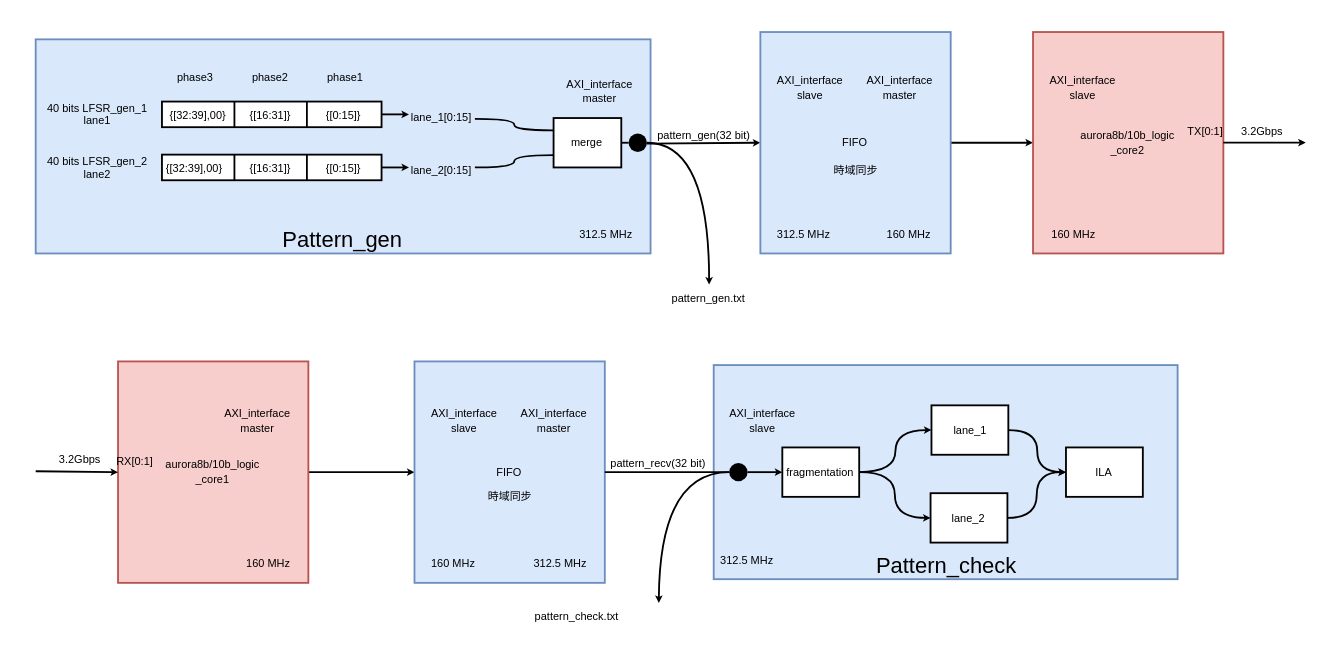
Before: page "Brd2 pattern_gen" (2 of 3) of chorma/aurora8b10b/aurora8b10b_simulation.drawio in YZchen3467/drawio, a draw.io diagram. Source tidied: cells renumbered, new cells numbered last; positions are measured from the earlier drawing's top-left corner, leaving out a move shared by most shapes. Both pictures are drawn from the tidied source at 183%, with x=0, y=0 at pixel (35, 31).
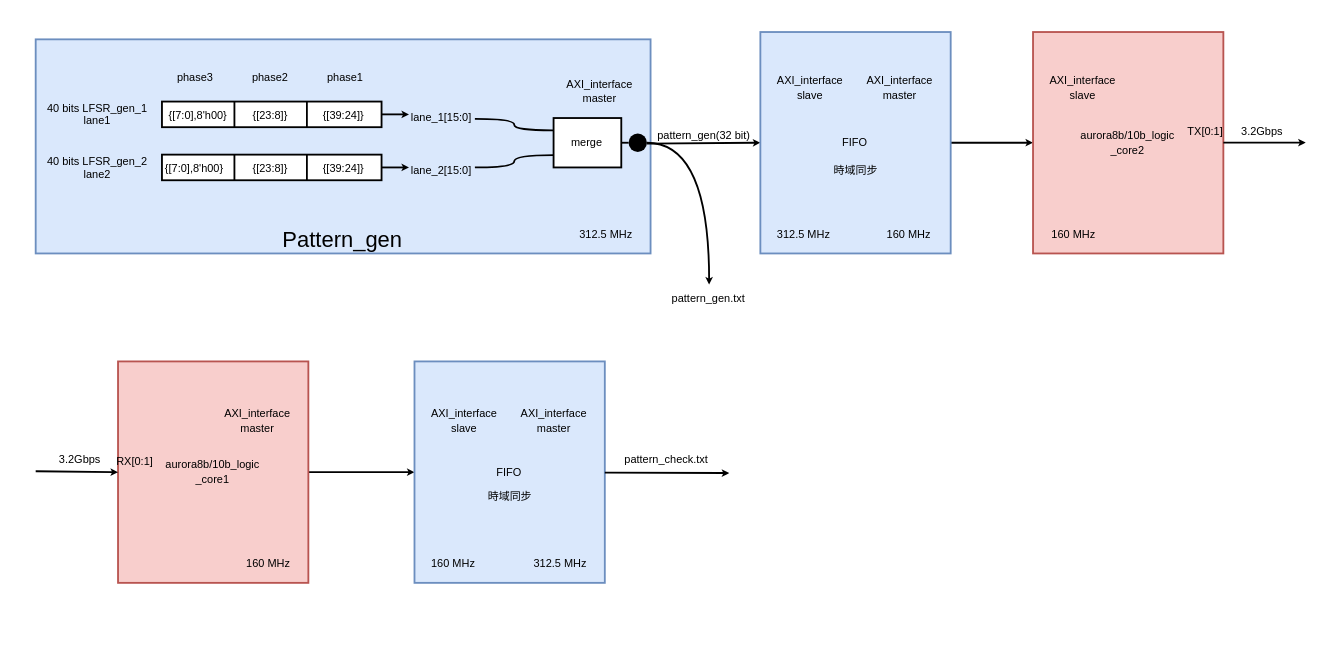
The same page after the edit.

The change refers to these unchanged cells:
```xml
<mxCell id="9" style="group;" parent="1" vertex="1">
  <mxGeometry x="69" y="38" width="120" height="14" as="geometry" />
</mxCell>
<mxCell id="16" style="group;" parent="1" vertex="1">
  <mxGeometry x="69" y="67" width="120" height="14" as="geometry" />
</mxCell>
<mxCell id="45" value="FIFO" style="rounded=0;whiteSpace=wrap;html=1;glass=0;fontSize=6;fillColor=#dae8fc;strokeColor=#6c8ebf;" parent="1" vertex="1">
  <mxGeometry x="207" y="180" width="104" height="121" as="geometry" />
</mxCell>
```

Diff of the diagram source:
```diff
@@
-    <mxCell id="4" value="&lt;font style=&quot;font-size: 6px;&quot;&gt;lane_2[0:15]&lt;/font&gt;" style="text;strokeColor=none;fillColor=none;align=center;verticalAlign=middle;rounded=0;whiteSpace=wrap;html=1;flipV=1;flipH=0;" parent="1" vertex="1">
+    <mxCell id="4" value="&lt;font style=&quot;font-size: 6px;&quot;&gt;lane_2[15:0]&lt;/font&gt;" style="text;strokeColor=none;fillColor=none;align=center;verticalAlign=middle;rounded=0;whiteSpace=wrap;html=1;flipV=1;flipH=0;" parent="1" vertex="1">
       <mxGeometry x="204" y="69" width="36" height="10" as="geometry" />
     </mxCell>
@@
-    <mxCell id="6" value="&lt;font style=&quot;font-size: 6px;&quot;&gt;lane_1[0:15]&lt;/font&gt;" style="text;strokeColor=none;fillColor=none;align=center;verticalAlign=middle;rounded=0;whiteSpace=wrap;html=1;flipV=1;flipH=0;" parent="1" vertex="1">
+    <mxCell id="6" value="&lt;font style=&quot;font-size: 6px;&quot;&gt;lane_1[15:0]&lt;/font&gt;" style="text;strokeColor=none;fillColor=none;align=center;verticalAlign=middle;rounded=0;whiteSpace=wrap;html=1;flipV=1;flipH=0;" parent="1" vertex="1">
       <mxGeometry x="204" y="40" width="36" height="10" as="geometry" />
     </mxCell>
@@
-    <mxCell id="13" value="&lt;p style=&quot;line-height: 70%;&quot;&gt;&lt;font style=&quot;font-size: 6px;&quot;&gt;{[16:31]}&lt;/font&gt;&lt;/p&gt;" style="text;strokeColor=none;fillColor=none;align=center;verticalAlign=middle;rounded=0;whiteSpace=wrap;html=1;flipV=0;flipH=0;imageAspect=1;imageAlign=left;imageVerticalAlign=middle;glass=0;" parent="9" vertex="1">
+    <mxCell id="13" value="&lt;p style=&quot;line-height: 70%;&quot;&gt;&lt;font style=&quot;font-size: 6px;&quot;&gt;{[23:8]}&lt;/font&gt;&lt;/p&gt;" style="text;strokeColor=none;fillColor=none;align=center;verticalAlign=middle;rounded=0;whiteSpace=wrap;html=1;flipV=0;flipH=0;imageAspect=1;imageAlign=left;imageVerticalAlign=middle;glass=0;" parent="9" vertex="1">
       <mxGeometry x="48" y="3" width="23" height="8" as="geometry" />
     </mxCell>
-    <mxCell id="14" value="&lt;p style=&quot;line-height: 70%;&quot;&gt;&lt;font style=&quot;font-size: 6px;&quot;&gt;{[32:39],00}&lt;/font&gt;&lt;/p&gt;" style="text;strokeColor=none;fillColor=none;align=center;verticalAlign=middle;rounded=0;whiteSpace=wrap;html=1;flipV=0;flipH=0;imageAspect=1;imageAlign=left;imageVerticalAlign=middle;glass=0;" parent="9" vertex="1">
+    <mxCell id="14" value="&lt;p style=&quot;line-height: 70%;&quot;&gt;&lt;font style=&quot;font-size: 6px;&quot;&gt;{[7:0],8'h00}&lt;/font&gt;&lt;/p&gt;" style="text;strokeColor=none;fillColor=none;align=center;verticalAlign=middle;rounded=0;whiteSpace=wrap;html=1;flipV=0;flipH=0;imageAspect=1;imageAlign=left;imageVerticalAlign=middle;glass=0;" parent="9" vertex="1">
       <mxGeometry x="2" y="3" width="36" height="8" as="geometry" />
     </mxCell>
-    <mxCell id="15" value="&lt;p style=&quot;line-height: 70%;&quot;&gt;&lt;font style=&quot;font-size: 6px;&quot;&gt;{[0:15]}&lt;/font&gt;&lt;/p&gt;" style="text;strokeColor=none;fillColor=none;align=center;verticalAlign=middle;rounded=0;whiteSpace=wrap;html=1;flipV=0;flipH=0;imageAspect=1;imageAlign=left;imageVerticalAlign=middle;glass=0;" parent="9" vertex="1">
+    <mxCell id="15" value="&lt;p style=&quot;line-height: 70%;&quot;&gt;&lt;font style=&quot;font-size: 6px;&quot;&gt;{[39:24]}&lt;/font&gt;&lt;/p&gt;" style="text;strokeColor=none;fillColor=none;align=center;verticalAlign=middle;rounded=0;whiteSpace=wrap;html=1;flipV=0;flipH=0;imageAspect=1;imageAlign=left;imageVerticalAlign=middle;glass=0;" parent="9" vertex="1">
       <mxGeometry x="88" y="3" width="23" height="8" as="geometry" />
     </mxCell>
@@
-    <mxCell id="20" value="&lt;p style=&quot;line-height: 70%;&quot;&gt;&lt;font style=&quot;font-size: 6px;&quot;&gt;{[16:31]}&lt;/font&gt;&lt;/p&gt;" style="text;strokeColor=none;fillColor=none;align=center;verticalAlign=middle;rounded=0;whiteSpace=wrap;html=1;flipV=0;flipH=0;imageAspect=1;imageAlign=left;imageVerticalAlign=middle;glass=0;" parent="16" vertex="1">
+    <mxCell id="20" value="&lt;p style=&quot;line-height: 70%;&quot;&gt;&lt;font style=&quot;font-size: 6px;&quot;&gt;{[23:8]}&lt;/font&gt;&lt;/p&gt;" style="text;strokeColor=none;fillColor=none;align=center;verticalAlign=middle;rounded=0;whiteSpace=wrap;html=1;flipV=0;flipH=0;imageAspect=1;imageAlign=left;imageVerticalAlign=middle;glass=0;" parent="16" vertex="1">
       <mxGeometry x="48" y="3" width="23" height="8" as="geometry" />
     </mxCell>
-    <mxCell id="21" value="&lt;p style=&quot;line-height: 70%;&quot;&gt;&lt;font style=&quot;font-size: 6px;&quot;&gt;{[32:39],00}&lt;/font&gt;&lt;/p&gt;" style="text;strokeColor=none;fillColor=none;align=center;verticalAlign=middle;rounded=0;whiteSpace=wrap;html=1;flipV=0;flipH=0;imageAspect=1;imageAlign=left;imageVerticalAlign=middle;glass=0;" parent="16" vertex="1">
+    <mxCell id="21" value="&lt;p style=&quot;line-height: 70%;&quot;&gt;&lt;font style=&quot;font-size: 6px;&quot;&gt;{[7:0],8'h00}&lt;/font&gt;&lt;/p&gt;" style="text;strokeColor=none;fillColor=none;align=center;verticalAlign=middle;rounded=0;whiteSpace=wrap;html=1;flipV=0;flipH=0;imageAspect=1;imageAlign=left;imageVerticalAlign=middle;glass=0;" parent="16" vertex="1">
       <mxGeometry y="3" width="36" height="8" as="geometry" />
     </mxCell>
-    <mxCell id="22" value="&lt;p style=&quot;line-height: 70%;&quot;&gt;&lt;font style=&quot;font-size: 6px;&quot;&gt;{[0:15]}&lt;/font&gt;&lt;/p&gt;" style="text;strokeColor=none;fillColor=none;align=center;verticalAlign=middle;rounded=0;whiteSpace=wrap;html=1;flipV=0;flipH=0;imageAspect=1;imageAlign=left;imageVerticalAlign=middle;glass=0;" parent="16" vertex="1">
+    <mxCell id="22" value="&lt;p style=&quot;line-height: 70%;&quot;&gt;&lt;font style=&quot;font-size: 6px;&quot;&gt;{[39:24]}&lt;/font&gt;&lt;/p&gt;" style="text;strokeColor=none;fillColor=none;align=center;verticalAlign=middle;rounded=0;whiteSpace=wrap;html=1;flipV=0;flipH=0;imageAspect=1;imageAlign=left;imageVerticalAlign=middle;glass=0;" parent="16" vertex="1">
       <mxGeometry x="88" y="3" width="23" height="8" as="geometry" />
     </mxCell>
@@
-    <mxCell id="41" value="&lt;p style=&quot;line-height: 0%;&quot;&gt;Pattern_check&lt;/p&gt;" style="rounded=0;whiteSpace=wrap;html=1;spacingTop=100;fillColor=#dae8fc;strokeColor=#6c8ebf;" parent="1" vertex="1">
-      <mxGeometry x="370.5" y="182" width="253.5" height="117" as="geometry" />
-    </mxCell>
@@
-    <mxCell id="44" style="edgeStyle=none;html=1;entryX=0;entryY=0.5;entryDx=0;entryDy=0;fontSize=6;startArrow=none;startFill=0;endArrow=classic;endFill=1;endSize=1;" parent="1" edge="1" source="64" target="57">
-      <mxGeometry relative="1" as="geometry" />
-    </mxCell>
@@
-    <mxCell id="53" value="&lt;span style=&quot;font-size: 6px;&quot;&gt;pattern_recv(32 bit)&lt;/span&gt;" style="text;strokeColor=none;fillColor=none;align=center;verticalAlign=middle;rounded=0;whiteSpace=wrap;html=1;flipV=1;flipH=0;" parent="1" vertex="1">
-      <mxGeometry x="311" y="229" width="59" height="10" as="geometry" />
-    </mxCell>
-    <mxCell id="54" value="312.5 MHz" style="text;html=1;strokeColor=none;fillColor=none;align=center;verticalAlign=middle;whiteSpace=wrap;rounded=0;glass=0;fontSize=6;" parent="1" vertex="1">
-      <mxGeometry x="365" y="279" width="48" height="20" as="geometry" />
-    </mxCell>
-    <mxCell id="55" style="edgeStyle=orthogonalEdgeStyle;html=1;entryX=0;entryY=0.5;entryDx=0;entryDy=0;fontSize=6;startArrow=none;startFill=0;endArrow=classic;endFill=1;endSize=1;exitX=1;exitY=0.5;exitDx=0;exitDy=0;curved=1;" parent="1" edge="1" source="57" target="59">
-      <mxGeometry relative="1" as="geometry" />
-    </mxCell>
-    <mxCell id="56" style="edgeStyle=orthogonalEdgeStyle;html=1;entryX=0;entryY=0.5;entryDx=0;entryDy=0;fontSize=6;startArrow=none;startFill=0;endArrow=classic;endFill=1;endSize=1;exitX=1;exitY=0.5;exitDx=0;exitDy=0;curved=1;" parent="1" edge="1" source="57" target="61">
-      <mxGeometry relative="1" as="geometry" />
-    </mxCell>
-    <mxCell id="57" value="fragmentation" style="rounded=0;whiteSpace=wrap;html=1;glass=0;fontSize=6;" parent="1" vertex="1">
-      <mxGeometry x="408" y="227" width="42" height="27" as="geometry" />
-    </mxCell>
-    <mxCell id="58" style="edgeStyle=orthogonalEdgeStyle;html=1;entryX=0;entryY=0.5;entryDx=0;entryDy=0;fontSize=6;startArrow=none;startFill=0;endArrow=classic;endFill=1;endSize=1;curved=1;" parent="1" edge="1" source="59" target="75">
-      <mxGeometry relative="1" as="geometry" />
-    </mxCell>
-    <mxCell id="59" value="lane_1" style="rounded=0;whiteSpace=wrap;html=1;glass=0;fontSize=6;flipH=1;flipV=1;" parent="1" vertex="1">
-      <mxGeometry x="489.5" y="204" width="42" height="27" as="geometry" />
-    </mxCell>
-    <mxCell id="60" style="edgeStyle=orthogonalEdgeStyle;html=1;entryX=0;entryY=0.5;entryDx=0;entryDy=0;fontSize=6;startArrow=none;startFill=0;endArrow=classic;endFill=1;endSize=1;curved=1;" parent="1" edge="1" source="61" target="75">
-      <mxGeometry relative="1" as="geometry" />
-    </mxCell>
-    <mxCell id="61" value="lane_2" style="rounded=0;whiteSpace=wrap;html=1;glass=0;fontSize=6;flipH=1;flipV=1;" parent="1" vertex="1">
-      <mxGeometry x="489" y="252" width="42" height="27" as="geometry" />
-    </mxCell>
-    <mxCell id="62" style="edgeStyle=none;html=1;entryX=0;entryY=0.5;entryDx=0;entryDy=0;fontSize=6;startArrow=none;startFill=0;endArrow=none;endFill=1;endSize=1;" parent="1" edge="1" source="45" target="64">
-      <mxGeometry relative="1" as="geometry" />
+    <mxCell id="62" style="edgeStyle=none;html=1;fontSize=6;startArrow=none;startFill=0;endArrow=classic;endFill=1;endSize=1;" parent="1" edge="1" source="45">
+      <mxGeometry relative="1" as="geometry">
+        <mxPoint x="379" y="241" as="targetPoint" />
+      </mxGeometry>
     </mxCell>
-    <mxCell id="63" style="edgeStyle=orthogonalEdgeStyle;curved=1;html=1;entryX=0.5;entryY=0;entryDx=0;entryDy=0;fontSize=6;startArrow=none;startFill=0;endArrow=classic;endFill=1;endSize=1;" parent="1" edge="1" source="64">
-      <mxGeometry relative="1" as="geometry">
-        <mxPoint x="340.5" y="312" as="targetPoint" />
-      </mxGeometry>
-    </mxCell>
-    <mxCell id="64" style="ellipse;whiteSpace=wrap;html=1;glass=0;strokeColor=none;fontSize=6;gradientColor=none;fillColor=#000000;" parent="1" vertex="1">
-      <mxGeometry x="379" y="235.5" width="10" height="10" as="geometry" />
-    </mxCell>
     <mxCell id="65" value="pattern_check.txt" style="text;strokeColor=none;fillColor=none;align=center;verticalAlign=middle;whiteSpace=wrap;rounded=0;glass=0;fontSize=6;spacing=0;" parent="1" vertex="1">
-      <mxGeometry x="265.5" y="312" width="60" height="15" as="geometry" />
+      <mxGeometry x="315" y="226" width="60" height="15" as="geometry" />
     </mxCell>
@@
-    <mxCell id="70" value="AXI_interface&lt;br&gt;slave" style="text;html=1;strokeColor=none;fillColor=none;align=center;verticalAlign=middle;whiteSpace=wrap;rounded=0;glass=0;fontSize=6;" parent="1" vertex="1">
-      <mxGeometry x="370" y="199" width="55" height="27" as="geometry" />
-    </mxCell>
@@
-    <mxCell id="75" value="ILA" style="rounded=0;whiteSpace=wrap;html=1;glass=0;fontSize=6;flipH=1;flipV=1;" parent="1" vertex="1">
-      <mxGeometry x="563" y="227" width="42" height="27" as="geometry" />
-    </mxCell>
```
